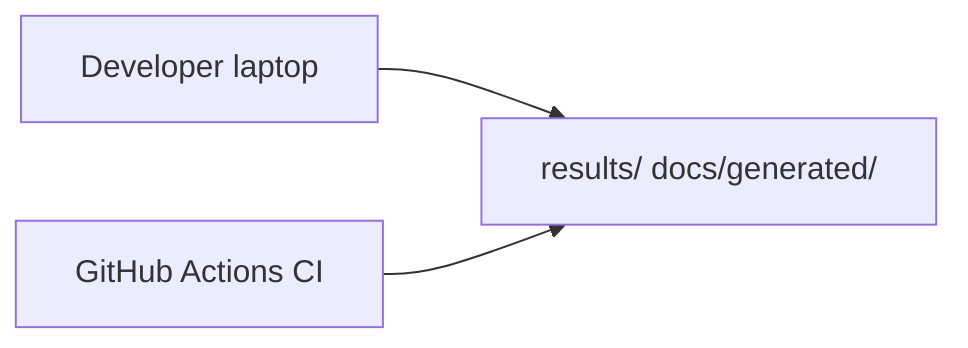
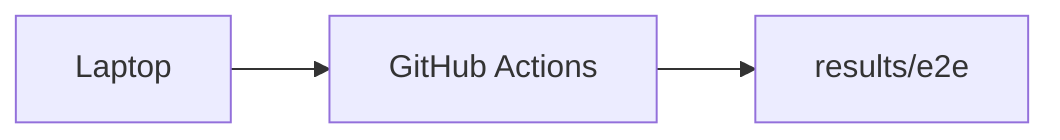
flowchart LR
-   DEV[Developer laptop]
-   GHA[GitHub Actions CI]
-   OUT[results/ docs/generated/]
-   DEV --> OUT
-   GHA --> OUT
+   DEV[Laptop] --> GHA[GitHub Actions]
+   GHA --> ART[results/e2e]
